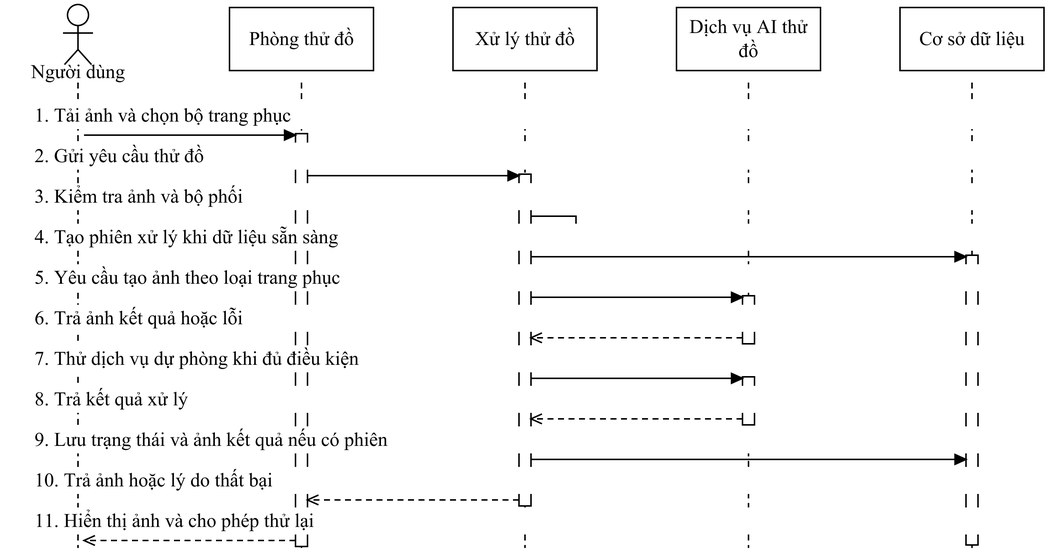
Before: docs/do-an-LSOUL/So-do-LSOUL-rut-gon/anh-png/SEQ-07.png, a diagram exported from draw.io (Loccao102/BanHang). Source tidied: cells renumbered, new cells last; positions are measured from the earlier drawing's top-left corner, leaving out a move shared by most shapes.
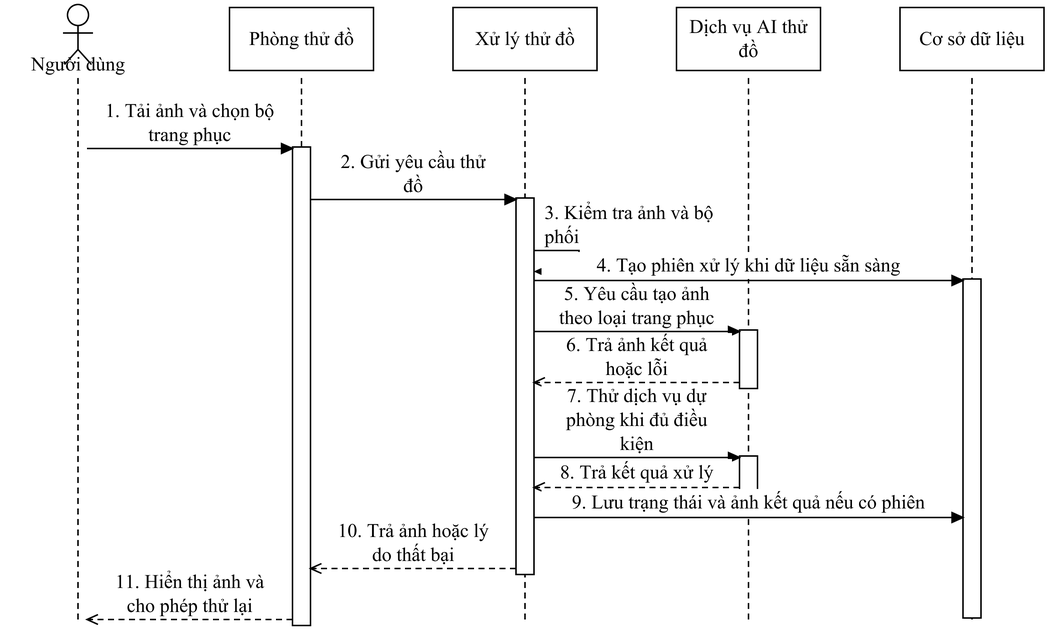
Later version of the same file.

Change to the diagram source:
```diff
@@ -4,150 +4,150 @@
     <mxCell id="1" parent="0" />
     <mxCell id="2" style="fontFamily=Times New Roman;fontSize=13;fontColor=#000000;strokeColor=#000000;strokeWidth=1;fillColor=#FFFFFF;shadow=0;rounded=0;html=0;whiteSpace=wrap;spacing=5;endArrow=none;endFill=1;startArrow=none;dashed=1;dashPattern=4 3;" parent="1" edge="1">
       <mxGeometry relative="1" as="geometry">
-        <mxPoint x="48" y="52" as="sourcePoint" />
-        <mxPoint x="48" y="362" as="targetPoint" />
+        <mxPoint x="48" y="49" as="sourcePoint" />
+        <mxPoint x="48" y="411" as="targetPoint" />
       </mxGeometry>
     </mxCell>
     <mxCell id="3" style="fontFamily=Times New Roman;fontSize=13;fontColor=#000000;strokeColor=#000000;strokeWidth=1;fillColor=#FFFFFF;shadow=0;rounded=0;html=0;whiteSpace=wrap;spacing=5;endArrow=none;endFill=1;startArrow=none;dashed=1;dashPattern=4 3;" parent="1" edge="1">
       <mxGeometry relative="1" as="geometry">
-        <mxPoint x="197" y="52" as="sourcePoint" />
-        <mxPoint x="197" y="362" as="targetPoint" />
+        <mxPoint x="197" y="49" as="sourcePoint" />
+        <mxPoint x="197" y="411" as="targetPoint" />
       </mxGeometry>
     </mxCell>
     <mxCell id="4" style="fontFamily=Times New Roman;fontSize=13;fontColor=#000000;strokeColor=#000000;strokeWidth=1;fillColor=#FFFFFF;shadow=0;rounded=0;html=0;whiteSpace=wrap;spacing=5;endArrow=none;endFill=1;startArrow=none;dashed=1;dashPattern=4 3;" parent="1" edge="1">
       <mxGeometry relative="1" as="geometry">
-        <mxPoint x="346" y="52" as="sourcePoint" />
-        <mxPoint x="346" y="362" as="targetPoint" />
+        <mxPoint x="346" y="49" as="sourcePoint" />
+        <mxPoint x="346" y="411" as="targetPoint" />
       </mxGeometry>
     </mxCell>
     <mxCell id="5" style="fontFamily=Times New Roman;fontSize=13;fontColor=#000000;strokeColor=#000000;strokeWidth=1;fillColor=#FFFFFF;shadow=0;rounded=0;html=0;whiteSpace=wrap;spacing=5;endArrow=none;endFill=1;startArrow=none;dashed=1;dashPattern=4 3;" parent="1" edge="1">
       <mxGeometry relative="1" as="geometry">
-        <mxPoint x="495" y="52" as="sourcePoint" />
-        <mxPoint x="495" y="362" as="targetPoint" />
+        <mxPoint x="495" y="49" as="sourcePoint" />
+        <mxPoint x="495" y="411" as="targetPoint" />
       </mxGeometry>
     </mxCell>
     <mxCell id="6" style="fontFamily=Times New Roman;fontSize=13;fontColor=#000000;strokeColor=#000000;strokeWidth=1;fillColor=#FFFFFF;shadow=0;rounded=0;html=0;whiteSpace=wrap;spacing=5;endArrow=none;endFill=1;startArrow=none;dashed=1;dashPattern=4 3;" parent="1" edge="1">
       <mxGeometry relative="1" as="geometry">
-        <mxPoint x="644" y="52" as="sourcePoint" />
-        <mxPoint x="644" y="362" as="targetPoint" />
+        <mxPoint x="644" y="49" as="sourcePoint" />
+        <mxPoint x="644" y="411" as="targetPoint" />
       </mxGeometry>
     </mxCell>
     <mxCell id="7" style="fontFamily=Times New Roman;fontSize=13;fontColor=#000000;strokeColor=#000000;strokeWidth=1;fillColor=#FFFFFF;shadow=0;rounded=0;html=0;whiteSpace=wrap;spacing=5;align=center;verticalAlign=middle;" parent="1" vertex="1">
-      <mxGeometry x="491" y="194" width="8" height="32" as="geometry" />
+      <mxGeometry x="489" y="217" width="12" height="39" as="geometry" />
     </mxCell>
     <mxCell id="8" style="fontFamily=Times New Roman;fontSize=13;fontColor=#000000;strokeColor=#000000;strokeWidth=1;fillColor=#FFFFFF;shadow=0;rounded=0;html=0;whiteSpace=wrap;spacing=5;align=center;verticalAlign=middle;" parent="1" vertex="1">
-      <mxGeometry x="491" y="248" width="8" height="32" as="geometry" />
+      <mxGeometry x="489" y="301" width="12" height="25" as="geometry" />
     </mxCell>
     <mxCell id="9" style="fontFamily=Times New Roman;fontSize=13;fontColor=#000000;strokeColor=#000000;strokeWidth=1;fillColor=#FFFFFF;shadow=0;rounded=0;html=0;whiteSpace=wrap;spacing=5;align=center;verticalAlign=middle;" parent="1" vertex="1">
-      <mxGeometry x="342" y="113" width="8" height="221" as="geometry" />
+      <mxGeometry x="340" y="129" width="12" height="251" as="geometry" />
     </mxCell>
     <mxCell id="10" style="fontFamily=Times New Roman;fontSize=13;fontColor=#000000;strokeColor=#000000;strokeWidth=1;fillColor=#FFFFFF;shadow=0;rounded=0;html=0;whiteSpace=wrap;spacing=5;align=center;verticalAlign=middle;" parent="1" vertex="1">
-      <mxGeometry x="193" y="86" width="8" height="275" as="geometry" />
+      <mxGeometry x="191" y="95" width="12" height="319" as="geometry" />
     </mxCell>
     <mxCell id="11" style="fontFamily=Times New Roman;fontSize=13;fontColor=#000000;strokeColor=#000000;strokeWidth=1;fillColor=#FFFFFF;shadow=0;rounded=0;html=0;whiteSpace=wrap;spacing=5;align=center;verticalAlign=middle;" parent="1" vertex="1">
-      <mxGeometry x="640" y="167" width="8" height="193" as="geometry" />
+      <mxGeometry x="638" y="183" width="12" height="226" as="geometry" />
     </mxCell>
-    <mxCell id="12" value="1. Tải ảnh và chọn bộ trang phục" style="fontFamily=Times New Roman;fontSize=13;fontColor=#000000;strokeColor=#000000;strokeWidth=1;fillColor=#FFFFFF;shadow=0;rounded=0;html=0;whiteSpace=wrap;spacing=5;text;strokeColor=none;fillColor=none;align=left;verticalAlign=middle;fillColor=#FFFFFF;" parent="1" vertex="1">
-      <mxGeometry x="14" y="65" width="664" height="18" as="geometry" />
+    <mxCell id="12" value="1. Tải ảnh và chọn bộ&#10;trang phục" style="fontFamily=Times New Roman;fontSize=13;fontColor=#000000;strokeColor=#000000;strokeWidth=1;fillColor=#FFFFFF;shadow=0;rounded=0;html=0;whiteSpace=wrap;spacing=5;text;strokeColor=none;fillColor=none;align=center;verticalAlign=middle;fillColor=#FFFFFF;" parent="1" vertex="1">
+      <mxGeometry x="59" y="63" width="127" height="32" as="geometry" />
     </mxCell>
     <mxCell id="13" style="fontFamily=Times New Roman;fontSize=13;fontColor=#000000;strokeColor=#000000;strokeWidth=1;fillColor=#FFFFFF;shadow=0;rounded=0;html=0;whiteSpace=wrap;spacing=5;endArrow=block;endFill=1;startArrow=none;" parent="1" edge="1">
       <mxGeometry relative="1" as="geometry">
-        <mxPoint x="52" y="87" as="sourcePoint" />
-        <mxPoint x="193" y="87" as="targetPoint" />
+        <mxPoint x="54" y="96" as="sourcePoint" />
+        <mxPoint x="191" y="96" as="targetPoint" />
       </mxGeometry>
     </mxCell>
-    <mxCell id="14" value="2. Gửi yêu cầu thử đồ" style="fontFamily=Times New Roman;fontSize=13;fontColor=#000000;strokeColor=#000000;strokeWidth=1;fillColor=#FFFFFF;shadow=0;rounded=0;html=0;whiteSpace=wrap;spacing=5;text;strokeColor=none;fillColor=none;align=left;verticalAlign=middle;fillColor=#FFFFFF;" parent="1" vertex="1">
-      <mxGeometry x="14" y="92" width="664" height="18" as="geometry" />
+    <mxCell id="14" value="2. Gửi yêu cầu thử&#10;đồ" style="fontFamily=Times New Roman;fontSize=13;fontColor=#000000;strokeColor=#000000;strokeWidth=1;fillColor=#FFFFFF;shadow=0;rounded=0;html=0;whiteSpace=wrap;spacing=5;text;strokeColor=none;fillColor=none;align=center;verticalAlign=middle;fillColor=#FFFFFF;" parent="1" vertex="1">
+      <mxGeometry x="208" y="97" width="127" height="32" as="geometry" />
     </mxCell>
     <mxCell id="15" style="fontFamily=Times New Roman;fontSize=13;fontColor=#000000;strokeColor=#000000;strokeWidth=1;fillColor=#FFFFFF;shadow=0;rounded=0;html=0;whiteSpace=wrap;spacing=5;endArrow=block;endFill=1;startArrow=none;" parent="1" edge="1">
       <mxGeometry relative="1" as="geometry">
-        <mxPoint x="201" y="114" as="sourcePoint" />
-        <mxPoint x="342" y="114" as="targetPoint" />
+        <mxPoint x="203" y="130" as="sourcePoint" />
+        <mxPoint x="340" y="130" as="targetPoint" />
       </mxGeometry>
     </mxCell>
-    <mxCell id="16" value="3. Kiểm tra ảnh và bộ phối" style="fontFamily=Times New Roman;fontSize=13;fontColor=#000000;strokeColor=#000000;strokeWidth=1;fillColor=#FFFFFF;shadow=0;rounded=0;html=0;whiteSpace=wrap;spacing=5;text;strokeColor=none;fillColor=none;align=left;verticalAlign=middle;fillColor=#FFFFFF;" parent="1" vertex="1">
-      <mxGeometry x="14" y="119" width="664" height="18" as="geometry" />
+    <mxCell id="16" value="3. Kiểm tra ảnh và bộ&#10;phối" style="fontFamily=Times New Roman;fontSize=13;fontColor=#000000;strokeColor=#000000;strokeWidth=1;fillColor=#FFFFFF;shadow=0;rounded=0;html=0;whiteSpace=wrap;spacing=5;text;strokeColor=none;fillColor=none;align=left;verticalAlign=middle;fillColor=#FFFFFF;" parent="1" vertex="1">
+      <mxGeometry x="354" y="131" width="136" height="32" as="geometry" />
     </mxCell>
     <mxCell id="17" style="fontFamily=Times New Roman;fontSize=13;fontColor=#000000;strokeColor=#000000;strokeWidth=1;fillColor=#FFFFFF;shadow=0;rounded=0;html=0;whiteSpace=wrap;spacing=5;endArrow=block;endFill=1;startArrow=none;" parent="1" edge="1">
       <mxGeometry relative="1" as="geometry">
-        <mxPoint x="350" y="141" as="sourcePoint" />
-        <mxPoint x="351" y="153" as="targetPoint" />
+        <mxPoint x="352" y="164" as="sourcePoint" />
+        <mxPoint x="353" y="178" as="targetPoint" />
         <Array as="points">
-          <mxPoint x="380" y="141" />
-          <mxPoint x="380" y="153" />
+          <mxPoint x="382" y="164" />
+          <mxPoint x="382" y="178" />
         </Array>
       </mxGeometry>
     </mxCell>
-    <mxCell id="18" value="4. Tạo phiên xử lý khi dữ liệu sẵn sàng" style="fontFamily=Times New Roman;fontSize=13;fontColor=#000000;strokeColor=#000000;strokeWidth=1;fillColor=#FFFFFF;shadow=0;rounded=0;html=0;whiteSpace=wrap;spacing=5;text;strokeColor=none;fillColor=none;align=left;verticalAlign=middle;fillColor=#FFFFFF;" parent="1" vertex="1">
-      <mxGeometry x="14" y="146" width="664" height="18" as="geometry" />
+    <mxCell id="18" value="4. Tạo phiên xử lý khi dữ liệu sẵn sàng" style="fontFamily=Times New Roman;fontSize=13;fontColor=#000000;strokeColor=#000000;strokeWidth=1;fillColor=#FFFFFF;shadow=0;rounded=0;html=0;whiteSpace=wrap;spacing=5;text;strokeColor=none;fillColor=none;align=center;verticalAlign=middle;fillColor=#FFFFFF;" parent="1" vertex="1">
+      <mxGeometry x="357" y="165" width="276" height="18" as="geometry" />
     </mxCell>
     <mxCell id="19" style="fontFamily=Times New Roman;fontSize=13;fontColor=#000000;strokeColor=#000000;strokeWidth=1;fillColor=#FFFFFF;shadow=0;rounded=0;html=0;whiteSpace=wrap;spacing=5;endArrow=block;endFill=1;startArrow=none;" parent="1" edge="1">
       <mxGeometry relative="1" as="geometry">
-        <mxPoint x="350" y="168" as="sourcePoint" />
-        <mxPoint x="640" y="168" as="targetPoint" />
+        <mxPoint x="352" y="184" as="sourcePoint" />
+        <mxPoint x="638" y="184" as="targetPoint" />
       </mxGeometry>
     </mxCell>
-    <mxCell id="20" value="5. Yêu cầu tạo ảnh theo loại trang phục" style="fontFamily=Times New Roman;fontSize=13;fontColor=#000000;strokeColor=#000000;strokeWidth=1;fillColor=#FFFFFF;shadow=0;rounded=0;html=0;whiteSpace=wrap;spacing=5;text;strokeColor=none;fillColor=none;align=left;verticalAlign=middle;fillColor=#FFFFFF;" parent="1" vertex="1">
-      <mxGeometry x="14" y="173" width="664" height="18" as="geometry" />
+    <mxCell id="20" value="5. Yêu cầu tạo ảnh&#10;theo loại trang phục" style="fontFamily=Times New Roman;fontSize=13;fontColor=#000000;strokeColor=#000000;strokeWidth=1;fillColor=#FFFFFF;shadow=0;rounded=0;html=0;whiteSpace=wrap;spacing=5;text;strokeColor=none;fillColor=none;align=center;verticalAlign=middle;fillColor=#FFFFFF;" parent="1" vertex="1">
+      <mxGeometry x="357" y="185" width="127" height="32" as="geometry" />
     </mxCell>
     <mxCell id="21" style="fontFamily=Times New Roman;fontSize=13;fontColor=#000000;strokeColor=#000000;strokeWidth=1;fillColor=#FFFFFF;shadow=0;rounded=0;html=0;whiteSpace=wrap;spacing=5;endArrow=block;endFill=1;startArrow=none;" parent="1" edge="1">
       <mxGeometry relative="1" as="geometry">
-        <mxPoint x="350" y="195" as="sourcePoint" />
-        <mxPoint x="491" y="195" as="targetPoint" />
+        <mxPoint x="352" y="218" as="sourcePoint" />
+        <mxPoint x="489" y="218" as="targetPoint" />
       </mxGeometry>
     </mxCell>
-    <mxCell id="22" value="6. Trả ảnh kết quả hoặc lỗi" style="fontFamily=Times New Roman;fontSize=13;fontColor=#000000;strokeColor=#000000;strokeWidth=1;fillColor=#FFFFFF;shadow=0;rounded=0;html=0;whiteSpace=wrap;spacing=5;text;strokeColor=none;fillColor=none;align=left;verticalAlign=middle;fillColor=#FFFFFF;" parent="1" vertex="1">
-      <mxGeometry x="14" y="200" width="664" height="18" as="geometry" />
+    <mxCell id="22" value="6. Trả ảnh kết quả&#10;hoặc lỗi" style="fontFamily=Times New Roman;fontSize=13;fontColor=#000000;strokeColor=#000000;strokeWidth=1;fillColor=#FFFFFF;shadow=0;rounded=0;html=0;whiteSpace=wrap;spacing=5;text;strokeColor=none;fillColor=none;align=center;verticalAlign=middle;fillColor=#FFFFFF;" parent="1" vertex="1">
+      <mxGeometry x="357" y="219" width="127" height="32" as="geometry" />
     </mxCell>
     <mxCell id="23" style="fontFamily=Times New Roman;fontSize=13;fontColor=#000000;strokeColor=#000000;strokeWidth=1;fillColor=#FFFFFF;shadow=0;rounded=0;html=0;whiteSpace=wrap;spacing=5;endArrow=open;endFill=1;startArrow=none;dashed=1;dashPattern=4 3;" parent="1" edge="1">
       <mxGeometry relative="1" as="geometry">
-        <mxPoint x="491" y="222" as="sourcePoint" />
-        <mxPoint x="350" y="222" as="targetPoint" />
+        <mxPoint x="489" y="252" as="sourcePoint" />
+        <mxPoint x="352" y="252" as="targetPoint" />
       </mxGeometry>
     </mxCell>
-    <mxCell id="24" value="7. Thử dịch vụ dự phòng khi đủ điều kiện" style="fontFamily=Times New Roman;fontSize=13;fontColor=#000000;strokeColor=#000000;strokeWidth=1;fillColor=#FFFFFF;shadow=0;rounded=0;html=0;whiteSpace=wrap;spacing=5;text;strokeColor=none;fillColor=none;align=left;verticalAlign=middle;fillColor=#FFFFFF;" parent="1" vertex="1">
-      <mxGeometry x="14" y="227" width="664" height="18" as="geometry" />
+    <mxCell id="24" value="7. Thử dịch vụ dự&#10;phòng khi đủ điều&#10;kiện" style="fontFamily=Times New Roman;fontSize=13;fontColor=#000000;strokeColor=#000000;strokeWidth=1;fillColor=#FFFFFF;shadow=0;rounded=0;html=0;whiteSpace=wrap;spacing=5;text;strokeColor=none;fillColor=none;align=center;verticalAlign=middle;fillColor=#FFFFFF;" parent="1" vertex="1">
+      <mxGeometry x="357" y="253" width="127" height="48" as="geometry" />
     </mxCell>
     <mxCell id="25" style="fontFamily=Times New Roman;fontSize=13;fontColor=#000000;strokeColor=#000000;strokeWidth=1;fillColor=#FFFFFF;shadow=0;rounded=0;html=0;whiteSpace=wrap;spacing=5;endArrow=block;endFill=1;startArrow=none;" parent="1" edge="1">
       <mxGeometry relative="1" as="geometry">
-        <mxPoint x="350" y="249" as="sourcePoint" />
-        <mxPoint x="491" y="249" as="targetPoint" />
+        <mxPoint x="352" y="302" as="sourcePoint" />
+        <mxPoint x="489" y="302" as="targetPoint" />
       </mxGeometry>
     </mxCell>
-    <mxCell id="26" value="8. Trả kết quả xử lý" style="fontFamily=Times New Roman;fontSize=13;fontColor=#000000;strokeColor=#000000;strokeWidth=1;fillColor=#FFFFFF;shadow=0;rounded=0;html=0;whiteSpace=wrap;spacing=5;text;strokeColor=none;fillColor=none;align=left;verticalAlign=middle;fillColor=#FFFFFF;" parent="1" vertex="1">
-      <mxGeometry x="14" y="254" width="664" height="18" as="geometry" />
+    <mxCell id="26" value="8. Trả kết quả xử lý" style="fontFamily=Times New Roman;fontSize=13;fontColor=#000000;strokeColor=#000000;strokeWidth=1;fillColor=#FFFFFF;shadow=0;rounded=0;html=0;whiteSpace=wrap;spacing=5;text;strokeColor=none;fillColor=none;align=center;verticalAlign=middle;fillColor=#FFFFFF;" parent="1" vertex="1">
+      <mxGeometry x="357" y="303" width="127" height="18" as="geometry" />
     </mxCell>
     <mxCell id="27" style="fontFamily=Times New Roman;fontSize=13;fontColor=#000000;strokeColor=#000000;strokeWidth=1;fillColor=#FFFFFF;shadow=0;rounded=0;html=0;whiteSpace=wrap;spacing=5;endArrow=open;endFill=1;startArrow=none;dashed=1;dashPattern=4 3;" parent="1" edge="1">
       <mxGeometry relative="1" as="geometry">
-        <mxPoint x="491" y="276" as="sourcePoint" />
-        <mxPoint x="350" y="276" as="targetPoint" />
+        <mxPoint x="489" y="322" as="sourcePoint" />
+        <mxPoint x="352" y="322" as="targetPoint" />
       </mxGeometry>
     </mxCell>
-    <mxCell id="28" value="9. Lưu trạng thái và ảnh kết quả nếu có phiên" style="fontFamily=Times New Roman;fontSize=13;fontColor=#000000;strokeColor=#000000;strokeWidth=1;fillColor=#FFFFFF;shadow=0;rounded=0;html=0;whiteSpace=wrap;spacing=5;text;strokeColor=none;fillColor=none;align=left;verticalAlign=middle;fillColor=#FFFFFF;" parent="1" vertex="1">
-      <mxGeometry x="14" y="281" width="664" height="18" as="geometry" />
+    <mxCell id="28" value="9. Lưu trạng thái và ảnh kết quả nếu có phiên" style="fontFamily=Times New Roman;fontSize=13;fontColor=#000000;strokeColor=#000000;strokeWidth=1;fillColor=#FFFFFF;shadow=0;rounded=0;html=0;whiteSpace=wrap;spacing=5;text;strokeColor=none;fillColor=none;align=center;verticalAlign=middle;fillColor=#FFFFFF;" parent="1" vertex="1">
+      <mxGeometry x="357" y="323" width="276" height="18" as="geometry" />
     </mxCell>
     <mxCell id="29" style="fontFamily=Times New Roman;fontSize=13;fontColor=#000000;strokeColor=#000000;strokeWidth=1;fillColor=#FFFFFF;shadow=0;rounded=0;html=0;whiteSpace=wrap;spacing=5;endArrow=block;endFill=1;startArrow=none;" parent="1" edge="1">
       <mxGeometry relative="1" as="geometry">
-        <mxPoint x="350" y="303" as="sourcePoint" />
-        <mxPoint x="640" y="303" as="targetPoint" />
+        <mxPoint x="352" y="342" as="sourcePoint" />
+        <mxPoint x="638" y="342" as="targetPoint" />
       </mxGeometry>
     </mxCell>
-    <mxCell id="30" value="10. Trả ảnh hoặc lý do thất bại" style="fontFamily=Times New Roman;fontSize=13;fontColor=#000000;strokeColor=#000000;strokeWidth=1;fillColor=#FFFFFF;shadow=0;rounded=0;html=0;whiteSpace=wrap;spacing=5;text;strokeColor=none;fillColor=none;align=left;verticalAlign=middle;fillColor=#FFFFFF;" parent="1" vertex="1">
-      <mxGeometry x="14" y="308" width="664" height="18" as="geometry" />
+    <mxCell id="30" value="10. Trả ảnh hoặc lý&#10;do thất bại" style="fontFamily=Times New Roman;fontSize=13;fontColor=#000000;strokeColor=#000000;strokeWidth=1;fillColor=#FFFFFF;shadow=0;rounded=0;html=0;whiteSpace=wrap;spacing=5;text;strokeColor=none;fillColor=none;align=center;verticalAlign=middle;fillColor=#FFFFFF;" parent="1" vertex="1">
+      <mxGeometry x="208" y="343" width="127" height="32" as="geometry" />
     </mxCell>
     <mxCell id="31" style="fontFamily=Times New Roman;fontSize=13;fontColor=#000000;strokeColor=#000000;strokeWidth=1;fillColor=#FFFFFF;shadow=0;rounded=0;html=0;whiteSpace=wrap;spacing=5;endArrow=open;endFill=1;startArrow=none;dashed=1;dashPattern=4 3;" parent="1" edge="1">
       <mxGeometry relative="1" as="geometry">
-        <mxPoint x="342" y="330" as="sourcePoint" />
-        <mxPoint x="201" y="330" as="targetPoint" />
+        <mxPoint x="340" y="376" as="sourcePoint" />
+        <mxPoint x="203" y="376" as="targetPoint" />
       </mxGeometry>
     </mxCell>
-    <mxCell id="32" value="11. Hiển thị ảnh và cho phép thử lại" style="fontFamily=Times New Roman;fontSize=13;fontColor=#000000;strokeColor=#000000;strokeWidth=1;fillColor=#FFFFFF;shadow=0;rounded=0;html=0;whiteSpace=wrap;spacing=5;text;strokeColor=none;fillColor=none;align=left;verticalAlign=middle;fillColor=#FFFFFF;" parent="1" vertex="1">
-      <mxGeometry x="14" y="335" width="664" height="18" as="geometry" />
+    <mxCell id="32" value="11. Hiển thị ảnh và&#10;cho phép thử lại" style="fontFamily=Times New Roman;fontSize=13;fontColor=#000000;strokeColor=#000000;strokeWidth=1;fillColor=#FFFFFF;shadow=0;rounded=0;html=0;whiteSpace=wrap;spacing=5;text;strokeColor=none;fillColor=none;align=center;verticalAlign=middle;fillColor=#FFFFFF;" parent="1" vertex="1">
+      <mxGeometry x="59" y="377" width="127" height="32" as="geometry" />
     </mxCell>
     <mxCell id="33" style="fontFamily=Times New Roman;fontSize=13;fontColor=#000000;strokeColor=#000000;strokeWidth=1;fillColor=#FFFFFF;shadow=0;rounded=0;html=0;whiteSpace=wrap;spacing=5;endArrow=open;endFill=1;startArrow=none;dashed=1;dashPattern=4 3;" parent="1" edge="1">
       <mxGeometry relative="1" as="geometry">
-        <mxPoint x="193" y="357" as="sourcePoint" />
-        <mxPoint x="52" y="357" as="targetPoint" />
+        <mxPoint x="191" y="410" as="sourcePoint" />
+        <mxPoint x="54" y="410" as="targetPoint" />
       </mxGeometry>
     </mxCell>
     <mxCell id="34" style="fontFamily=Times New Roman;fontSize=13;fontColor=#000000;strokeColor=#000000;strokeWidth=1;fillColor=#FFFFFF;shadow=0;rounded=0;html=0;whiteSpace=wrap;spacing=5;ellipse;perimeter=ellipsePerimeter;align=center;verticalAlign=middle;" parent="1" vertex="1">
@@ -178,7 +178,7 @@
       </mxGeometry>
     </mxCell>
     <mxCell id="39" value="Người dùng" style="fontFamily=Times New Roman;fontSize=13;fontColor=#000000;strokeColor=#000000;strokeWidth=1;fillColor=#FFFFFF;shadow=0;rounded=0;html=0;whiteSpace=wrap;spacing=5;text;strokeColor=none;fillColor=none;align=center;verticalAlign=middle;" parent="1" vertex="1">
-      <mxGeometry y="37" width="96" height="16" as="geometry" />
+      <mxGeometry y="32" width="96" height="16" as="geometry" />
     </mxCell>
     <mxCell id="40" value="Phòng thử đồ" style="fontFamily=Times New Roman;fontSize=13;fontColor=#000000;strokeColor=#000000;strokeWidth=1;fillColor=#FFFFFF;shadow=0;rounded=0;html=0;whiteSpace=wrap;spacing=5;align=center;verticalAlign=middle;" parent="1" vertex="1">
       <mxGeometry x="149" y="2" width="96" height="42" as="geometry" />
```
